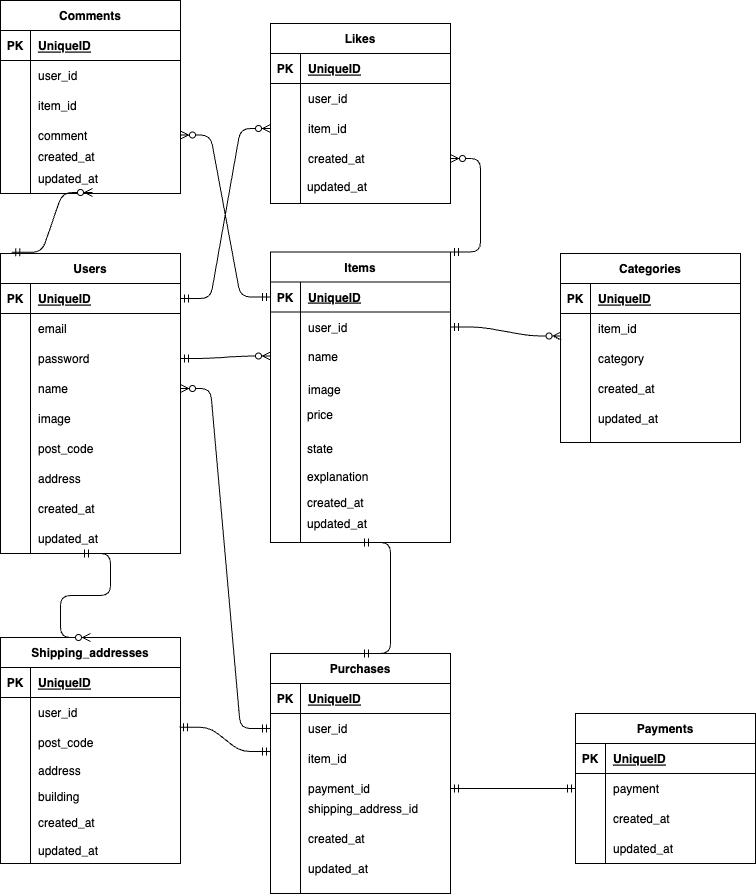
Before: er.drawio.png, a diagram exported from draw.io (sasakiminaho/flea-market-service). Source tidied: cells renumbered, new cells last; positions are measured from the earlier drawing's top-left corner, leaving out a move shared by most shapes.
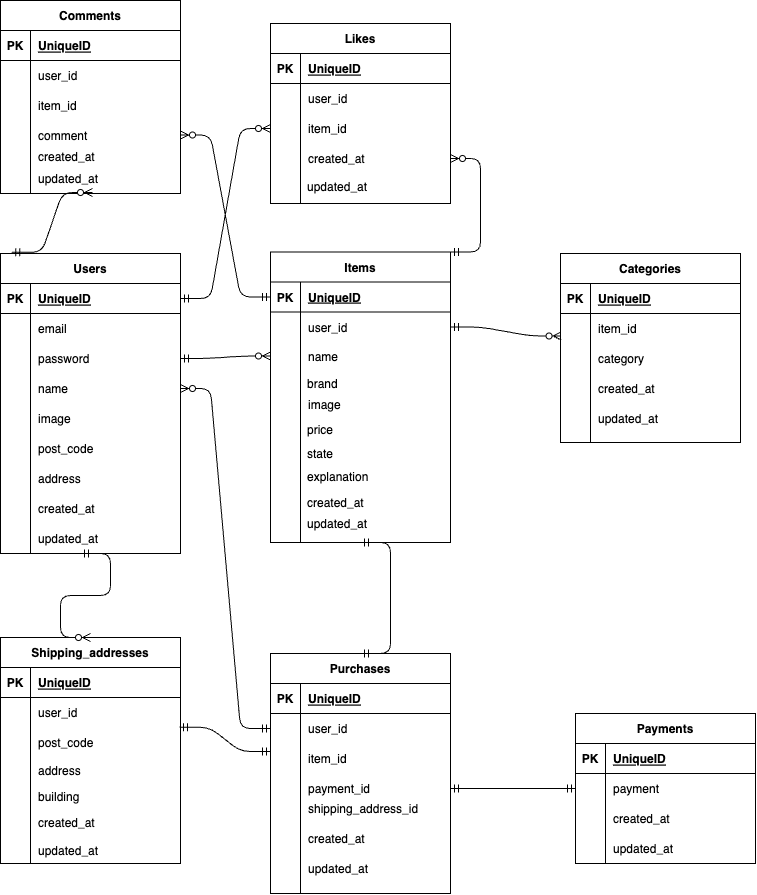
The same file after the commit.

Change to the diagram source:
```diff
@@ -400,10 +400,10 @@
       </mxGeometry>
     </mxCell>
     <mxCell id="129" value="price" style="shape=partialRectangle;fillColor=none;top=0;left=0;bottom=0;right=0;align=left;spacingLeft=6;overflow=hidden;" parent="1" vertex="1">
-      <mxGeometry x="299" y="398.8" width="150" height="30" as="geometry" />
+      <mxGeometry x="299" y="413.8" width="150" height="30" as="geometry" />
     </mxCell>
     <mxCell id="130" value="state" style="shape=partialRectangle;fillColor=none;top=0;left=0;bottom=0;right=0;align=left;spacingLeft=6;overflow=hidden;" parent="1" vertex="1">
-      <mxGeometry x="299" y="432.8" width="150" height="30" as="geometry" />
+      <mxGeometry x="299" y="437.8" width="150" height="30" as="geometry" />
     </mxCell>
     <mxCell id="131" value="explanation" style="shape=partialRectangle;fillColor=none;top=0;left=0;bottom=0;right=0;align=left;spacingLeft=6;overflow=hidden;" parent="1" vertex="1">
       <mxGeometry x="299" y="461" width="150" height="30" as="geometry" />
@@ -451,7 +451,10 @@
       </mxGeometry>
     </mxCell>
     <mxCell id="142" value="image" style="shape=partialRectangle;fillColor=none;top=0;left=0;bottom=0;right=0;align=left;spacingLeft=6;overflow=hidden;" parent="1" vertex="1">
-      <mxGeometry x="300" y="375" width="150" height="28" as="geometry" />
+      <mxGeometry x="300" y="390" width="150" height="28" as="geometry" />
     </mxCell>
+    <mxCell id="143" value="brand" style="shape=partialRectangle;fillColor=none;top=0;left=0;bottom=0;right=0;align=left;spacingLeft=6;overflow=hidden;" parent="1" vertex="1">
+      <mxGeometry x="299" y="369" width="150" height="28" as="geometry" />
+    </mxCell>
   </root>
 </mxGraphModel>
```
